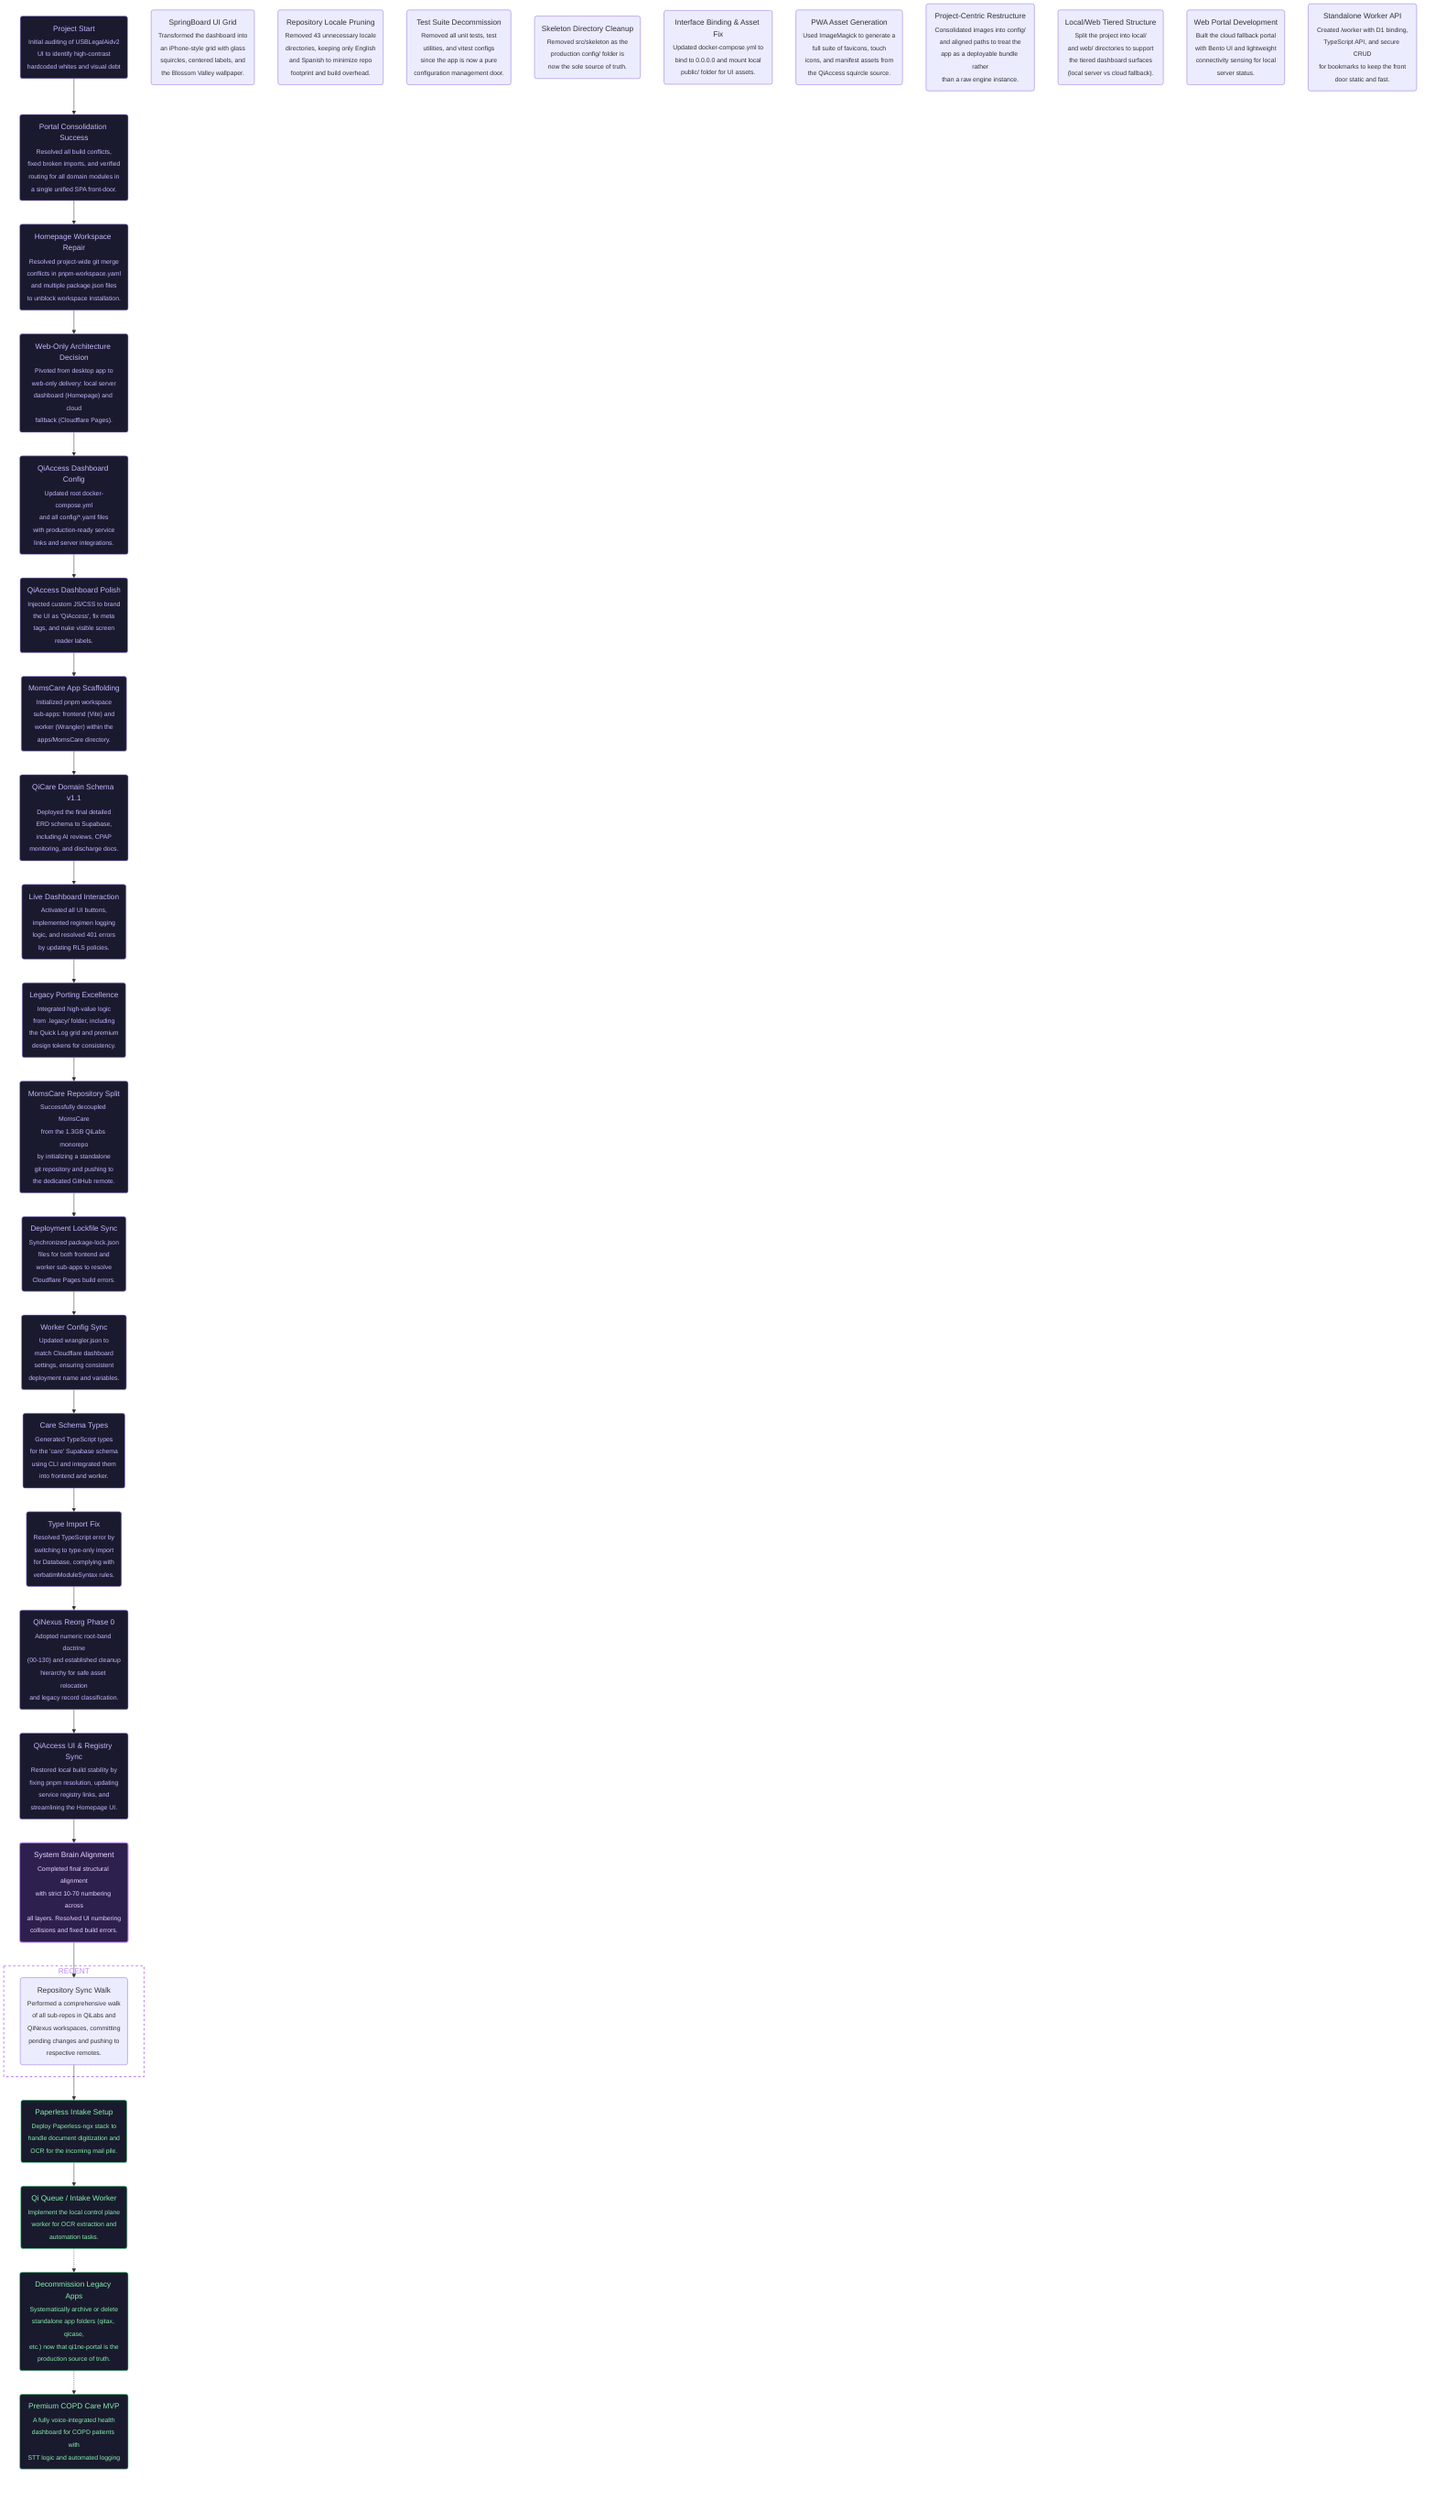
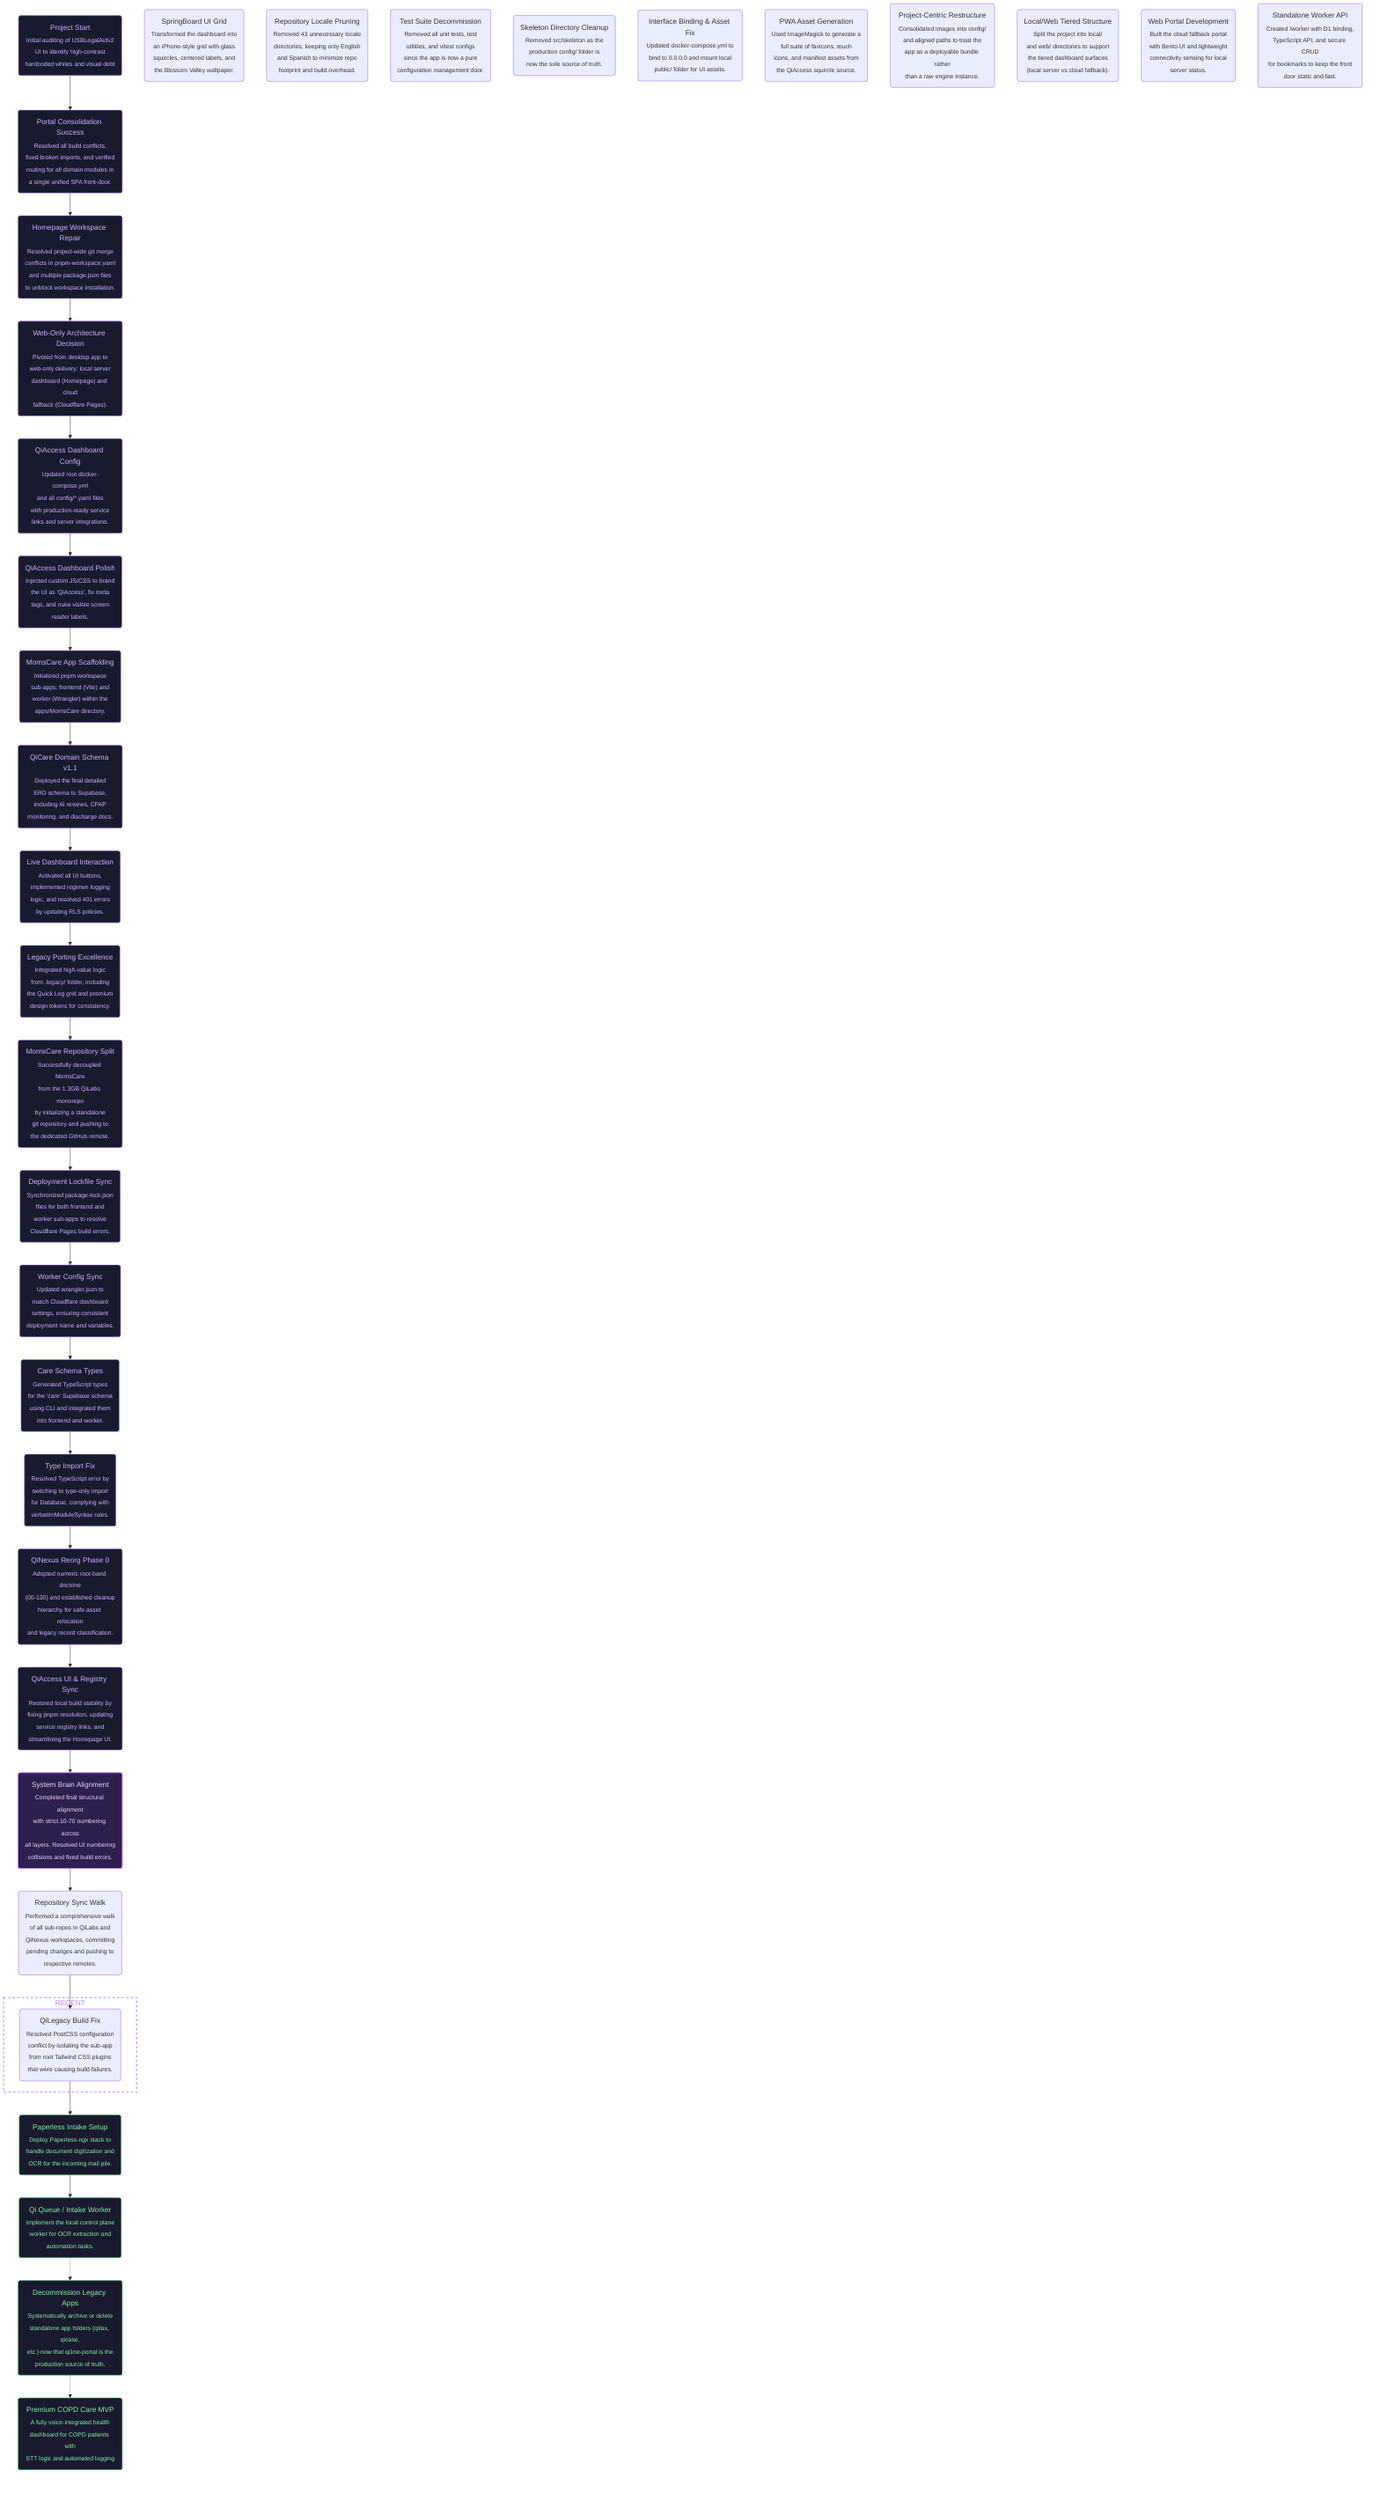
flowchart TD
    %% === PROJECT GOALS ===
    %% Ultimate Goal: Premium Glassmorphic COPD Care MVP (QiHome / Mom Care)
    %% Current Goal: MomsCare MVP Development (Today Screen + Schema)

    %% === START ===
    %% @project_start [start, closed, 2026-04-04, nam]
    project_start("Project Start<br/><sub>Initial auditing of USBLegalAidv2<br/>UI to identify high-contrast<br/>hardcoded whites and visual debt</sub>")

    %% @ultimate_goal [end, opened, 2026-04-09, nam]
    ultimate_goal("Premium COPD Care MVP<br/><sub>A fully voice-integrated health<br/>dashboard for COPD patients with<br/>STT logic and automated logging</sub>")

    %% === COMPLETED WORK ===
    %% @consolidation_success [ai-task, closed, 2026-04-19, nam]
    consolidation_success("Portal Consolidation Success<br/><sub>Resolved all build conflicts,<br/>fixed broken imports, and verified<br/>routing for all domain modules in<br/>a single unified SPA front-door.</sub>")

    %% @homepage_setup [ai-task, closed, 2026-04-21, nam]
    homepage_setup("Homepage Workspace Repair<br/><sub>Resolved project-wide git merge<br/>conflicts in pnpm-workspace.yaml<br/>and multiple package.json files<br/>to unblock workspace installation.</sub>")

    %% @web_only_decision [human-task, closed, 2026-04-21, user]
    web_only_decision("Web-Only Architecture Decision<br/><sub>Pivoted from desktop app to<br/>web-only delivery: local server<br/>dashboard (Homepage) and cloud<br/>fallback (Cloudflare Pages).</sub>")

    %% @homepage_config [ai-task, closed, 2026-04-21, nam]
    homepage_config("QiAccess Dashboard Config<br/><sub>Updated root docker-compose.yml<br/>and all config/*.yaml files<br/>with production-ready service<br/>links and server integrations.</sub>")

    %% @homepage_polish [ai-task, closed, 2026-04-21, nam]
    homepage_polish("QiAccess Dashboard Polish<br/><sub>Injected custom JS/CSS to brand<br/>the UI as 'QiAccess', fix meta<br/>tags, and nuke visible screen<br/>reader labels.</sub>")

    %% @springboard_ui [ai-task, closed, 2026-04-21, nam]
    springboard_ui("SpringBoard UI Grid<br/><sub>Transformed the dashboard into<br/>an iPhone-style grid with glass<br/>squircles, centered labels, and<br/>the Blossom Valley wallpaper.</sub>")

    %% @repo_pruning [ai-task, closed, 2026-04-21, nam]
    repo_pruning("Repository Locale Pruning<br/><sub>Removed 43 unnecessary locale<br/>directories, keeping only English<br/>and Spanish to minimize repo<br/>footprint and build overhead.</sub>")

    %% @test_pruning [ai-task, closed, 2026-04-21, nam]
    test_pruning("Test Suite Decommission<br/><sub>Removed all unit tests, test<br/>utilities, and vitest configs<br/>since the app is now a pure<br/>configuration management door.</sub>")

    %% @skeleton_removal [ai-task, closed, 2026-04-21, nam]
    skeleton_removal("Skeleton Directory Cleanup<br/><sub>Removed src/skeleton as the<br/>production config/ folder is<br/>now the sole source of truth.</sub>")

    %% @compose_v3_fix [ai-task, closed, 2026-04-21, nam]
    compose_v3_fix("Interface Binding & Asset Fix<br/><sub>Updated docker-compose.yml to<br/>bind to 0.0.0.0 and mount local<br/>public/ folder for UI assets.</sub>")

    %% @pwa_asset_generation [ai-task, closed, 2026-04-21, nam]
    pwa_asset_generation("PWA Asset Generation<br/><sub>Used ImageMagick to generate a<br/>full suite of favicons, touch<br/>icons, and manifest assets from<br/>the QiAccess squircle source.</sub>")

    %% @project_centric_restructure [ai-task, closed, 2026-04-21, nam]
    project_centric_restructure("Project-Centric Restructure<br/><sub>Consolidated images into config/<br/>and aligned paths to treat the<br/>app as a deployable bundle rather<br/>than a raw engine instance.</sub>")

    %% @local_web_split [ai-task, closed, 2026-04-21, nam]
    local_web_split("Local/Web Tiered Structure<br/><sub>Split the project into local/<br/>and web/ directories to support<br/>the tiered dashboard surfaces<br/>(local server vs cloud fallback).</sub>")

    %% @web_portal_dev [ai-task, closed, 2026-04-21, nam]
    web_portal_dev("Web Portal Development<br/><sub>Built the cloud fallback portal<br/>with Bento UI and lightweight<br/>connectivity sensing for local<br/>server status.</sub>")

    %% @worker_api_dev [ai-task, closed, 2026-04-21, nam]
    worker_api_dev("Standalone Worker API<br/><sub>Created /worker with D1 binding,<br/>TypeScript API, and secure CRUD<br/>for bookmarks to keep the front<br/>door static and fast.</sub>")

    %% === COMPLETED WORK ===
    %% @moms_care_scaffold [ai-task, closed, 2026-04-21, nam]
    moms_care_scaffold("MomsCare App Scaffolding<br/><sub>Initialized pnpm workspace<br/>sub-apps: frontend (Vite) and<br/>worker (Wrangler) within the<br/>apps/MomsCare directory.</sub>")

    %% @moms_care_schema [ai-task, closed, 2026-04-21, nam]
    moms_care_schema("QiCare Domain Schema v1.1<br/><sub>Deployed the final detailed<br/>ERD schema to Supabase,<br/>including AI reviews, CPAP<br/>monitoring, and discharge docs.</sub>")

    %% @live_dashboard_interaction [ai-task, closed, 2026-04-21, nam]
    live_dashboard_interaction("Live Dashboard Interaction<br/><sub>Activated all UI buttons,<br/>implemented regimen logging<br/>logic, and resolved 401 errors<br/>by updating RLS policies.</sub>")

    %% @legacy_port [ai-task, closed, 2026-04-21, nam]
    legacy_port("Legacy Porting Excellence<br/><sub>Integrated high-value logic<br/>from .legacy/ folder, including<br/>the Quick Log grid and premium<br/>design tokens for consistency.</sub>")

    %% @momscare_repo_split [ai-task, closed, 2026-04-21, nam]
    momscare_repo_split("MomsCare Repository Split<br/><sub>Successfully decoupled MomsCare<br/>from the 1.3GB QiLabs monorepo<br/>by initializing a standalone<br/>git repository and pushing to<br/>the dedicated GitHub remote.</sub>")

    %% @deployment_lockfile_fix [ai-task, closed, 2026-04-21, nam]
    deployment_lockfile_fix("Deployment Lockfile Sync<br/><sub>Synchronized package-lock.json<br/>files for both frontend and<br/>worker sub-apps to resolve<br/>Cloudflare Pages build errors.</sub>")

    %% @worker_config_sync [ai-task, closed, 2026-04-21, nam]
    worker_config_sync("Worker Config Sync<br/><sub>Updated wrangler.json to<br/>match Cloudflare dashboard<br/>settings, ensuring consistent<br/>deployment name and variables.</sub>")

    %% @care_schema_types [ai-task, closed, 2026-04-21, nam]
    care_schema_types("Care Schema Types<br/><sub>Generated TypeScript types<br/>for the 'care' Supabase schema<br/>using CLI and integrated them<br/>into frontend and worker.</sub>")

    %% @type_import_fix [ai-task, closed, 2026-04-21, nam]
    type_import_fix("Type Import Fix<br/><sub>Resolved TypeScript error by<br/>switching to type-only import<br/>for Database, complying with<br/>verbatimModuleSyntax rules.</sub>")

    %% @qinexus_reorg_ph0 [ai-task, closed, 2026-05-10, antigravity]
    qinexus_reorg_ph0("QiNexus Reorg Phase 0<br/><sub>Adopted numeric root-band doctrine<br/>(00-130) and established cleanup<br/>hierarchy for safe asset relocation<br/>and legacy record classification.</sub>")

    %% @qiaccess_ui_repair [ai-task, closed, 2026-05-10, antigravity]
    qiaccess_ui_repair("QiAccess UI & Registry Sync<br/><sub>Restored local build stability by<br/>fixing pnpm resolution, updating<br/>service registry links, and<br/>streamlining the Homepage UI.</sub>")

    %% @brain_alignment_final [ai-task, closed, 2026-05-12, antigravity]
    brain_alignment_final("System Brain Alignment<br/><sub>Completed final structural alignment<br/>with strict 10-70 numbering across<br/>all layers. Resolved UI numbering<br/>collisions and fixed build errors.</sub>")

    %% === COMPLETED WORK ===
    %% @repo_sync_walk [ai-task, closed, 2026-05-15, antigravity]
    repo_sync_walk("Repository Sync Walk<br/><sub>Performed a comprehensive walk<br/>of all sub-repos in QiLabs and<br/>QiNexus workspaces, committing<br/>pending changes and pushing to<br/>respective remotes.</sub>")

+     %% @qilegacy_build_fix [ai-task, closed, 2026-05-15, antigravity]
+     qilegacy_build_fix("QiLegacy Build Fix<br/><sub>Resolved PostCSS configuration<br/>conflict by isolating the sub-app<br/>from root Tailwind CSS plugins<br/>that were causing build failures.</sub>")
+ 
    %% === RECENT WORK ===
    subgraph recent [RECENT]
-         repo_sync_walk
+         qilegacy_build_fix
    end

    %% === FUTURE WORK ===
    %% @paperless_setup [ai-task, opened, 2026-04-21, nam]
    paperless_setup("Paperless Intake Setup<br/><sub>Deploy Paperless-ngx stack to<br/>handle document digitization and<br/>OCR for the incoming mail pile.</sub>")


    %% @qi_queue_worker [ai-task, opened, 2026-04-21, nam]
    qi_queue_worker("Qi Queue / Intake Worker<br/><sub>Implement the local control plane<br/>worker for OCR extraction and<br/>automation tasks.</sub>")

    %% @legacy_cleanup [human-task, opened, 2026-04-19, user]
    legacy_cleanup("Decommission Legacy Apps<br/><sub>Systematically archive or delete<br/>standalone app folders (qitax, qicase,<br/>etc.) now that qi1ne-portal is the<br/>production source of truth.</sub>")

    %% === CONNECTIONS ===
    project_start --> consolidation_success
    consolidation_success --> homepage_setup
    homepage_setup --> web_only_decision
    web_only_decision --> homepage_config
    homepage_config --> homepage_polish
    homepage_polish --> moms_care_scaffold
    moms_care_scaffold --> moms_care_schema
    moms_care_schema --> live_dashboard_interaction
    live_dashboard_interaction --> legacy_port
    legacy_port --> momscare_repo_split
    momscare_repo_split --> deployment_lockfile_fix
    deployment_lockfile_fix --> worker_config_sync
    worker_config_sync --> care_schema_types
    care_schema_types --> type_import_fix
    type_import_fix --> qinexus_reorg_ph0
    qinexus_reorg_ph0 --> qiaccess_ui_repair
    qiaccess_ui_repair --> brain_alignment_final
    brain_alignment_final --> repo_sync_walk
-     repo_sync_walk --> paperless_setup
+     repo_sync_walk --> qilegacy_build_fix
+     qilegacy_build_fix --> paperless_setup
    paperless_setup --> qi_queue_worker
    qi_queue_worker -.-> legacy_cleanup
    legacy_cleanup -.-> ultimate_goal

    %% === STYLES ===
    %% Closed tasks (soft purple)
    style project_start fill:#1a1a2e,stroke:#a78bfa,color:#c4b5fd,stroke-width:1px
    style consolidation_success fill:#1a1a2e,stroke:#a78bfa,color:#c4b5fd,stroke-width:1px
    style homepage_setup fill:#1a1a2e,stroke:#a78bfa,color:#c4b5fd,stroke-width:1px
    style web_only_decision fill:#1a1a2e,stroke:#a78bfa,color:#c4b5fd,stroke-width:1px
    style homepage_config fill:#1a1a2e,stroke:#a78bfa,color:#c4b5fd,stroke-width:1px
    style homepage_polish fill:#1a1a2e,stroke:#a78bfa,color:#c4b5fd,stroke-width:1px
    style moms_care_scaffold fill:#1a1a2e,stroke:#a78bfa,color:#c4b5fd,stroke-width:1px
    style moms_care_schema fill:#1a1a2e,stroke:#a78bfa,color:#c4b5fd,stroke-width:1px
    style live_dashboard_interaction fill:#1a1a2e,stroke:#a78bfa,color:#c4b5fd,stroke-width:1px
    style legacy_port fill:#1a1a2e,stroke:#a78bfa,color:#c4b5fd,stroke-width:1px
    style momscare_repo_split fill:#1a1a2e,stroke:#a78bfa,color:#c4b5fd,stroke-width:1px
    style deployment_lockfile_fix fill:#1a1a2e,stroke:#a78bfa,color:#c4b5fd,stroke-width:1px
    style worker_config_sync fill:#1a1a2e,stroke:#a78bfa,color:#c4b5fd,stroke-width:1px
    style care_schema_types fill:#1a1a2e,stroke:#a78bfa,color:#c4b5fd,stroke-width:1px
    style type_import_fix fill:#1a1a2e,stroke:#a78bfa,color:#c4b5fd,stroke-width:1px
    style qinexus_reorg_ph0 fill:#1a1a2e,stroke:#a78bfa,color:#c4b5fd,stroke-width:1px
    style qiaccess_ui_repair fill:#1a1a2e,stroke:#a78bfa,color:#c4b5fd,stroke-width:1px

    %% Recent node (highlighted purple)
    style brain_alignment_final fill:#2d1f4e,stroke:#c084fc,color:#e9d5ff,stroke-width:2px

    %% Recent subgraph (dashed border)
    style recent fill:transparent,stroke:#c084fc,color:#c084fc,stroke-width:2px,stroke-dasharray:5 5

    %% Open tasks (soft green)
    style ultimate_goal fill:#1a1a2e,stroke:#4ade80,color:#86efac,stroke-width:1px
    style legacy_cleanup fill:#1a1a2e,stroke:#4ade80,color:#86efac,stroke-width:1px
    style paperless_setup fill:#1a1a2e,stroke:#4ade80,color:#86efac,stroke-width:1px
    style qi_queue_worker fill:#1a1a2e,stroke:#4ade80,color:#86efac,stroke-width:1px
